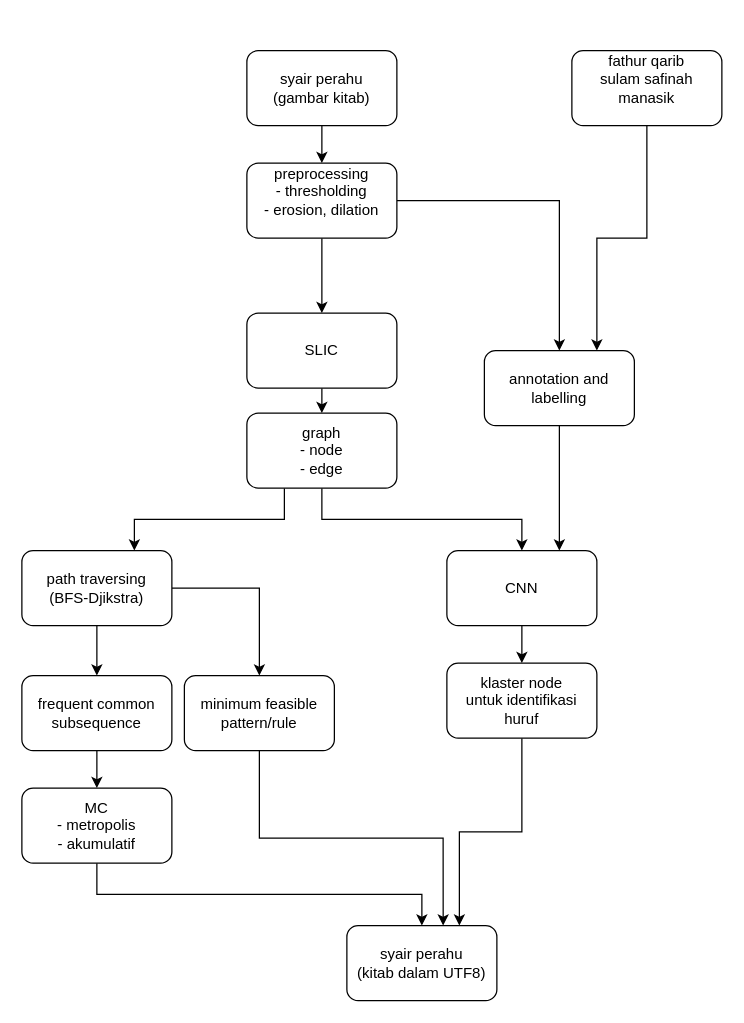
Above: roadmap.drawio in jendralhxr/cursive-scribe (draw.io), before the change. Source tidied: cells renumbered, new cells numbered last; positions are measured from the earlier drawing's top-left corner, leaving out a move shared by most shapes. Both pictures are drawn from the tidied source at 125%, with x=0, y=0 at pixel (21, 50).
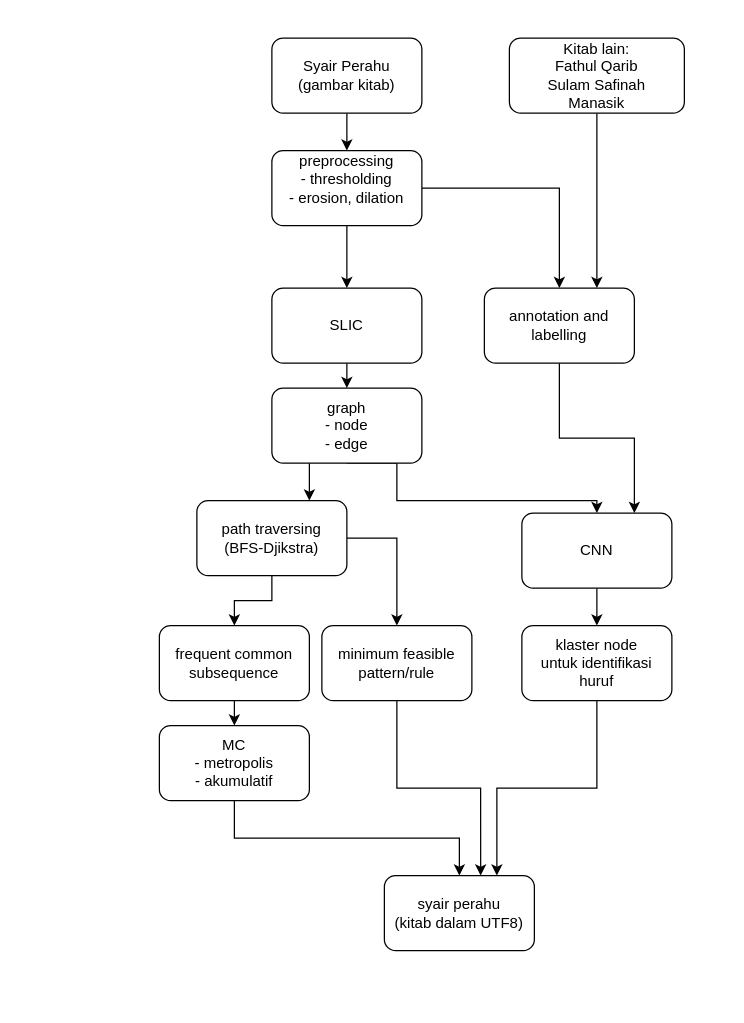
After the change.

Change to the diagram source:
```diff
@@
-    <mxCell id="4" value="syair perahu&lt;div&gt;(gambar kitab)&lt;/div&gt;" style="rounded=1;whiteSpace=wrap;html=1;" parent="1" vertex="1">
-      <mxGeometry x="180" width="120" height="60" as="geometry" />
+    <mxCell id="4" value="Syair Perahu&lt;div&gt;(gambar kitab)&lt;/div&gt;" style="rounded=1;whiteSpace=wrap;html=1;" parent="1" vertex="1">
+      <mxGeometry x="200" y="-10" width="120" height="60" as="geometry" />
     </mxCell>
@@
     <mxCell id="6" value="frequent common subsequence" style="rounded=1;whiteSpace=wrap;html=1;" parent="1" vertex="1">
-      <mxGeometry y="500" width="120" height="60" as="geometry" />
+      <mxGeometry x="110" y="460" width="120" height="60" as="geometry" />
     </mxCell>
@@
     <mxCell id="8" value="CNN" style="rounded=1;whiteSpace=wrap;html=1;" parent="1" vertex="1">
-      <mxGeometry x="340" y="400" width="120" height="60" as="geometry" />
+      <mxGeometry x="400" y="370" width="120" height="60" as="geometry" />
     </mxCell>
@@
     <mxCell id="10" value="preprocessing&lt;div&gt;- thresholding&lt;/div&gt;&lt;div&gt;- erosion, dilation&lt;/div&gt;&lt;div&gt;&lt;br&gt;&lt;/div&gt;" style="rounded=1;whiteSpace=wrap;html=1;" parent="1" vertex="1">
-      <mxGeometry x="180" y="90" width="120" height="60" as="geometry" />
+      <mxGeometry x="200" y="80" width="120" height="60" as="geometry" />
     </mxCell>
     <mxCell id="11" style="edgeStyle=orthogonalEdgeStyle;rounded=0;jettySize=auto;html=1;exitX=0.5;exitY=1;exitDx=0;exitDy=0;entryX=0.5;entryY=0;entryDx=0;entryDy=0;" parent="1" edge="1" source="13" target="8">
-      <mxGeometry relative="1" as="geometry" />
+      <mxGeometry relative="1" as="geometry">
+        <Array as="points">
+          <mxPoint x="300" y="330" />
+          <mxPoint x="300" y="360" />
+          <mxPoint x="460" y="360" />
+        </Array>
+      </mxGeometry>
     </mxCell>
@@
     <mxCell id="13" value="&lt;div&gt;graph&lt;/div&gt;&lt;div&gt;- node&lt;/div&gt;&lt;div&gt;- edge&lt;/div&gt;" style="rounded=1;whiteSpace=wrap;html=1;" parent="1" vertex="1">
-      <mxGeometry x="180" y="290" width="120" height="60" as="geometry" />
+      <mxGeometry x="200" y="270" width="120" height="60" as="geometry" />
     </mxCell>
@@
     <mxCell id="15" value="&lt;div&gt;SLIC&lt;/div&gt;" style="rounded=1;whiteSpace=wrap;html=1;" parent="1" vertex="1">
-      <mxGeometry x="180" y="210" width="120" height="60" as="geometry" />
+      <mxGeometry x="200" y="190" width="120" height="60" as="geometry" />
     </mxCell>
@@
     <mxCell id="18" value="path traversing&lt;br&gt;(BFS-Djikstra)" style="rounded=1;whiteSpace=wrap;html=1;" parent="1" vertex="1">
-      <mxGeometry y="400" width="120" height="60" as="geometry" />
+      <mxGeometry x="140" y="360" width="120" height="60" as="geometry" />
     </mxCell>
@@
     <mxCell id="20" value="MC&lt;div&gt;- metropolis&lt;/div&gt;&lt;div&gt;- akumulatif&lt;/div&gt;" style="rounded=1;whiteSpace=wrap;html=1;" parent="1" vertex="1">
-      <mxGeometry y="590" width="120" height="60" as="geometry" />
+      <mxGeometry x="110" y="540" width="120" height="60" as="geometry" />
     </mxCell>
@@
     <mxCell id="22" value="annotation and labelling" style="rounded=1;whiteSpace=wrap;html=1;" parent="1" vertex="1">
-      <mxGeometry x="370" y="240" width="120" height="60" as="geometry" />
+      <mxGeometry x="370" y="190" width="120" height="60" as="geometry" />
     </mxCell>
     <mxCell id="23" value="minimum feasible pattern/rule" style="rounded=1;whiteSpace=wrap;html=1;" parent="1" vertex="1">
-      <mxGeometry x="130" y="500" width="120" height="60" as="geometry" />
+      <mxGeometry x="240" y="460" width="120" height="60" as="geometry" />
     </mxCell>
@@
     <mxCell id="25" value="klaster node&lt;div&gt;untuk identifikasi&lt;/div&gt;&lt;div&gt;huruf&lt;/div&gt;" style="rounded=1;whiteSpace=wrap;html=1;" parent="1" vertex="1">
-      <mxGeometry x="340" y="490" width="120" height="60" as="geometry" />
+      <mxGeometry x="400" y="460" width="120" height="60" as="geometry" />
     </mxCell>
     <mxCell id="26" value="syair perahu&lt;div&gt;(kitab dalam UTF8)&lt;/div&gt;" style="rounded=1;whiteSpace=wrap;html=1;" parent="1" vertex="1">
-      <mxGeometry x="260" y="700" width="120" height="60" as="geometry" />
+      <mxGeometry x="290" y="660" width="120" height="60" as="geometry" />
     </mxCell>
@@
-    <mxCell id="29" value="fathur qarib&lt;div&gt;sulam safinah&lt;/div&gt;&lt;div&gt;manasik&lt;/div&gt;&lt;div&gt;&lt;br&gt;&lt;/div&gt;" style="rounded=1;whiteSpace=wrap;html=1;" parent="1" vertex="1">
-      <mxGeometry x="440" width="120" height="60" as="geometry" />
+    <mxCell id="29" value="&lt;div&gt;&lt;br&gt;&lt;/div&gt;&lt;div&gt;Kitab lain:&lt;/div&gt;Fathul Qarib&lt;div&gt;Sulam Safinah&lt;/div&gt;&lt;div&gt;Manasik&lt;/div&gt;&lt;div&gt;&lt;br&gt;&lt;/div&gt;" style="rounded=1;whiteSpace=wrap;html=1;" parent="1" vertex="1">
+      <mxGeometry x="390" y="-10" width="140" height="60" as="geometry" />
     </mxCell>
```
